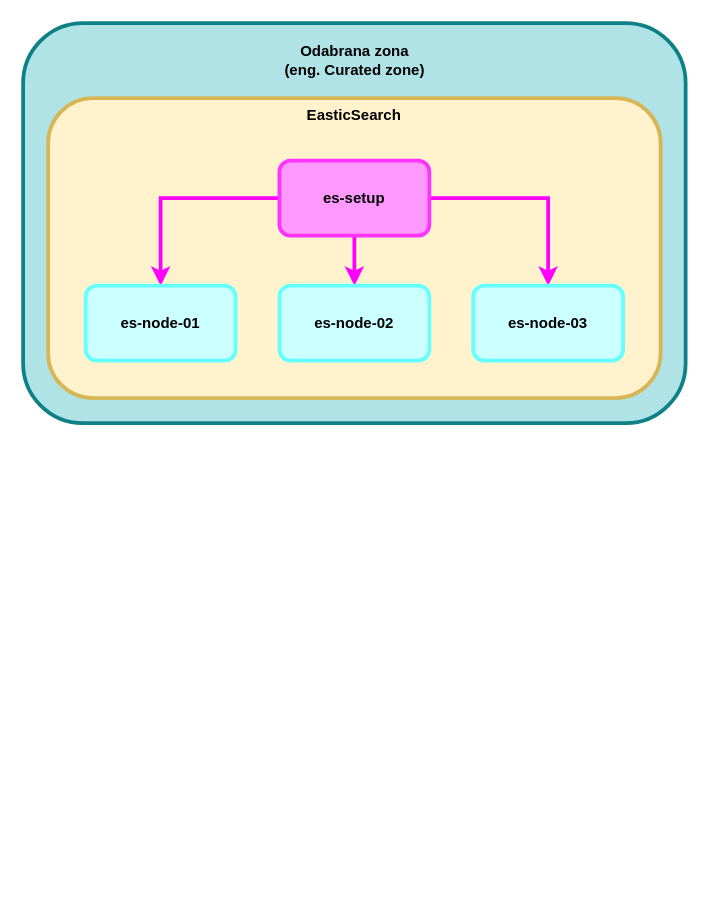
This is asvsp/projekat/dokumentacija/resursi/curated-zone.drawio from sssteeefaaan/master-I, a draw.io file, before an edit. Source tidied: cells renumbered, new cells numbered last; positions are measured from the earlier drawing's top-left corner, leaving out a move shared by most shapes. Both pictures are drawn from the tidied source at 125%, with x=0, y=0 at pixel (22, 22).
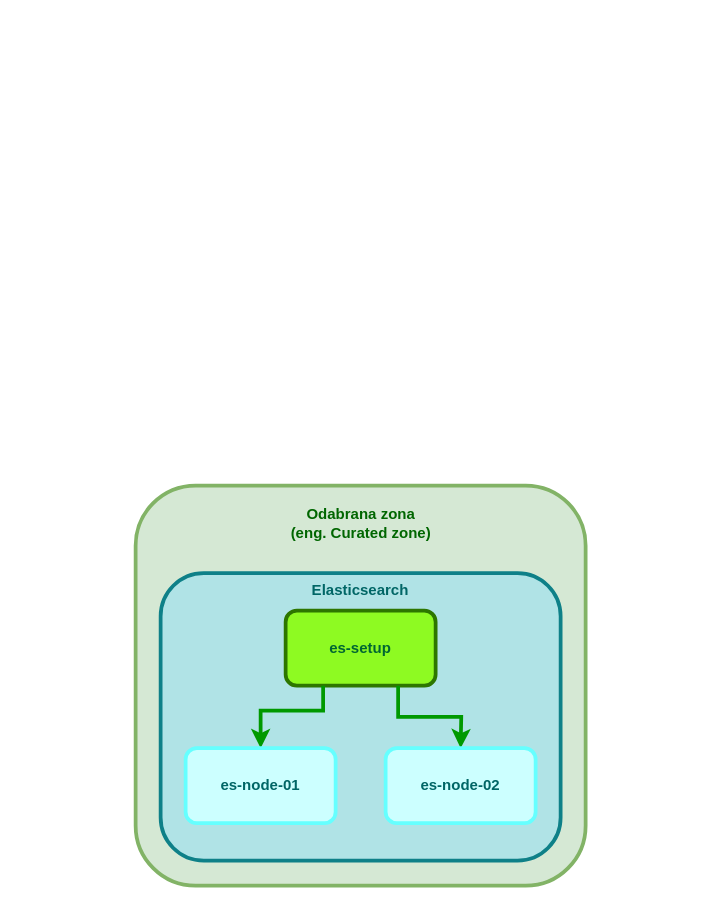
Above is the later version.

What changed in the source:
```diff
@@
 <mxGraphModel>
   <root>
     <mxCell id="0" />
     <mxCell id="1" parent="0" />
-    <mxCell id="2" style="rounded=1;whiteSpace=wrap;html=1;strokeWidth=3;fillColor=#b0e3e6;strokeColor=#0e8088;" parent="1" vertex="1">
-      <mxGeometry width="530" height="320" as="geometry" />
-    </mxCell>
+    <mxCell id="12" style="group;" parent="1" vertex="1">
+      <mxGeometry x="90" y="370" width="360" height="320" as="geometry" />
+    </mxCell>
+    <mxCell id="13" style="rounded=1;whiteSpace=wrap;html=1;strokeWidth=3;fillColor=#d5e8d4;strokeColor=#82b366;fontColor=#006600;" parent="12" vertex="1">
+      <mxGeometry width="360" height="320" as="geometry" />
+    </mxCell>
-    <mxCell id="3" value="&lt;b&gt;Odabrana zona&lt;br&gt;(eng. Curated zone)&lt;/b&gt;" style="text;html=1;align=center;verticalAlign=middle;strokeColor=none;fillColor=none;" parent="1" vertex="1">
-      <mxGeometry x="195" y="10" width="140" height="40" as="geometry" />
+    <mxCell id="3" value="&lt;b style=&quot;border-color: var(--border-color);&quot;&gt;Odabrana zona&lt;br style=&quot;border-color: var(--border-color);&quot;&gt;(eng. Curated zone)&lt;/b&gt;" style="text;html=1;align=center;verticalAlign=middle;strokeColor=none;fillColor=none;fontColor=#006600;" parent="12" vertex="1">
+      <mxGeometry x="110" y="10" width="140" height="40" as="geometry" />
     </mxCell>
-    <mxCell id="4" value="&lt;b&gt;EasticSearch&lt;/b&gt;" style="rounded=1;whiteSpace=wrap;html=1;verticalAlign=top;strokeWidth=3;fillColor=#fff2cc;strokeColor=#d6b656;" parent="1" vertex="1">
-      <mxGeometry x="20" y="60" width="490" height="240" as="geometry" />
-    </mxCell>
-    <mxCell id="5" style="edgeStyle=orthogonalEdgeStyle;rounded=0;jettySize=auto;html=1;exitX=0;exitY=0.5;exitDx=0;exitDy=0;entryX=0.5;entryY=0;entryDx=0;entryDy=0;fillColor=#d80073;strokeColor=#FF00FF;strokeWidth=3;" parent="1" edge="1" source="8" target="9">
-      <mxGeometry relative="1" as="geometry" />
-    </mxCell>
-    <mxCell id="6" style="edgeStyle=orthogonalEdgeStyle;rounded=0;jettySize=auto;html=1;exitX=1;exitY=0.5;exitDx=0;exitDy=0;entryX=0.5;entryY=0;entryDx=0;entryDy=0;fillColor=#d80073;strokeColor=#FF00FF;strokeWidth=3;" parent="1" edge="1" source="8" target="10">
-      <mxGeometry relative="1" as="geometry" />
-    </mxCell>
-    <mxCell id="7" style="edgeStyle=orthogonalEdgeStyle;rounded=0;jettySize=auto;html=1;exitX=0.5;exitY=1;exitDx=0;exitDy=0;entryX=0.5;entryY=0;entryDx=0;entryDy=0;fillColor=#d80073;strokeColor=#FF00FF;strokeWidth=3;" parent="1" edge="1" source="8" target="11">
-      <mxGeometry relative="1" as="geometry" />
-    </mxCell>
+    <mxCell id="14" value="&lt;b&gt;Elasticsearch&lt;/b&gt;" style="rounded=1;whiteSpace=wrap;html=1;verticalAlign=top;strokeWidth=3;fillColor=#b0e3e6;strokeColor=#0e8088;fontColor=#006666;" parent="12" vertex="1">
+      <mxGeometry x="20" y="70" width="320" height="230" as="geometry" />
+    </mxCell>
-    <mxCell id="8" value="es-setup" style="rounded=1;whiteSpace=wrap;html=1;fontStyle=1;strokeWidth=3;fillColor=#FF99FF;strokeColor=#FF33FF;" parent="1" vertex="1">
-      <mxGeometry x="205" y="110" width="120" height="60" as="geometry" />
+    <mxCell id="8" value="es-setup" style="rounded=1;whiteSpace=wrap;html=1;fontStyle=1;strokeWidth=3;fillColor=#8EFA22;strokeColor=#2D7600;fontColor=#006633;" parent="12" vertex="1">
+      <mxGeometry x="120" y="100" width="120" height="60" as="geometry" />
     </mxCell>
+    <mxCell id="15" style="edgeStyle=orthogonalEdgeStyle;rounded=0;jettySize=auto;html=1;exitX=0.25;exitY=1;exitDx=0;exitDy=0;fontStyle=1;strokeWidth=3;fillColor=#ffe6cc;strokeColor=#009900;" parent="12" edge="1" source="8">
+      <mxGeometry relative="1" as="geometry">
+        <mxPoint x="100" y="210" as="targetPoint" />
+        <Array as="points">
+          <mxPoint x="150" y="180" />
+          <mxPoint x="100" y="180" />
+        </Array>
+      </mxGeometry>
+    </mxCell>
+    <mxCell id="16" style="edgeStyle=orthogonalEdgeStyle;rounded=0;jettySize=auto;html=1;exitX=0.75;exitY=1;exitDx=0;exitDy=0;entryX=0.5;entryY=0;entryDx=0;entryDy=0;strokeWidth=3;fillColor=#ffe6cc;strokeColor=#009900;" parent="12" edge="1" source="8">
+      <mxGeometry relative="1" as="geometry">
+        <mxPoint x="260" y="210" as="targetPoint" />
+      </mxGeometry>
+    </mxCell>
-    <mxCell id="9" value="es-node-01" style="rounded=1;whiteSpace=wrap;html=1;fontStyle=1;strokeWidth=3;fillColor=#CCFFFF;strokeColor=#66FFFF;" parent="1" vertex="1">
-      <mxGeometry x="50" y="210" width="120" height="60" as="geometry" />
+    <mxCell id="9" value="es-node-01" style="rounded=1;whiteSpace=wrap;html=1;fontStyle=1;strokeWidth=3;fillColor=#CCFFFF;strokeColor=#66FFFF;fontColor=#006666;" parent="12" vertex="1">
+      <mxGeometry x="40" y="210" width="120" height="60" as="geometry" />
     </mxCell>
-    <mxCell id="10" value="es-node-03" style="rounded=1;whiteSpace=wrap;html=1;fontStyle=1;strokeWidth=3;fillColor=#CCFFFF;strokeColor=#66FFFF;" parent="1" vertex="1">
-      <mxGeometry x="360" y="210" width="120" height="60" as="geometry" />
-    </mxCell>
-    <mxCell id="11" value="es-node-02" style="rounded=1;whiteSpace=wrap;html=1;fontStyle=1;strokeWidth=3;fillColor=#CCFFFF;strokeColor=#66FFFF;" parent="1" vertex="1">
-      <mxGeometry x="205" y="210" width="120" height="60" as="geometry" />
+    <mxCell id="11" value="es-node-02" style="rounded=1;whiteSpace=wrap;html=1;fontStyle=1;strokeWidth=3;fillColor=#CCFFFF;strokeColor=#66FFFF;fontColor=#006666;" parent="12" vertex="1">
+      <mxGeometry x="200" y="210" width="120" height="60" as="geometry" />
     </mxCell>
   </root>
 </mxGraphModel>
```
